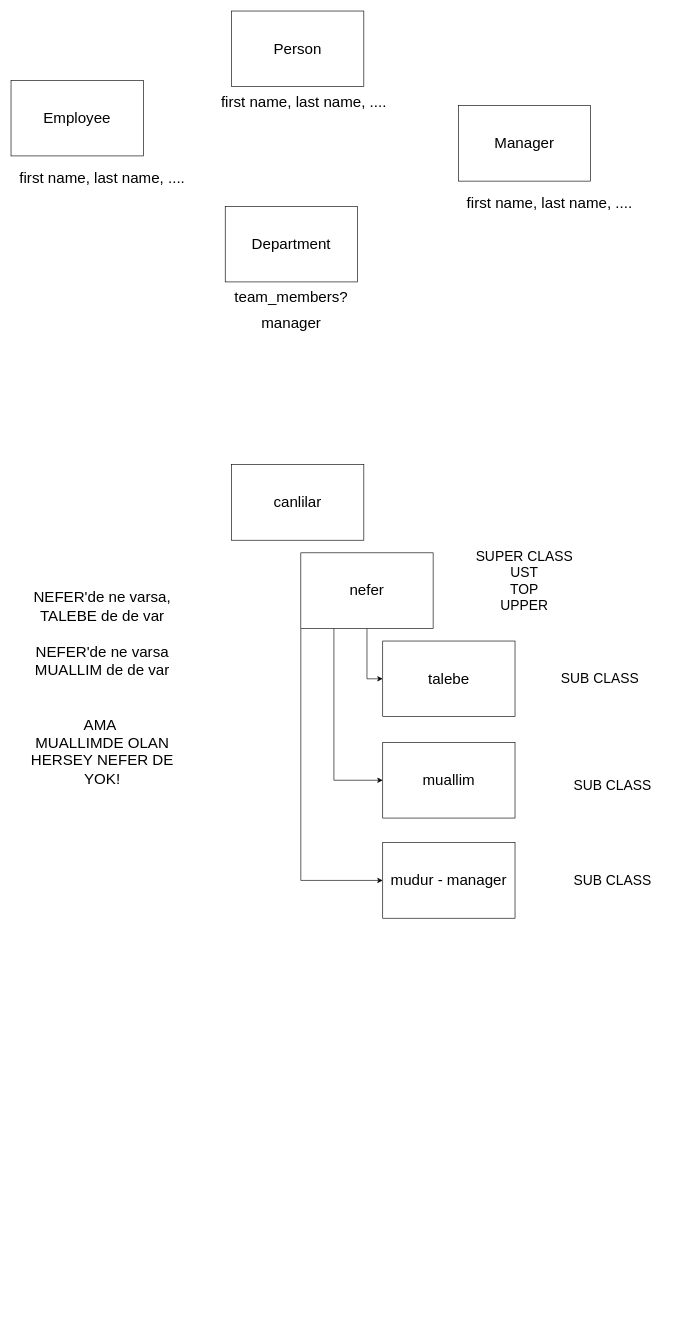
The draw.io diagram week3/week3.drawio in emreyazicicode/code2023, before the edit. Source tidied: cells renumbered, new cells numbered last; positions are measured from the earlier drawing's top-left corner, leaving out a move shared by most shapes. Both pictures are drawn from the tidied source at 63%, with x=0, y=0 at pixel (11, 11).
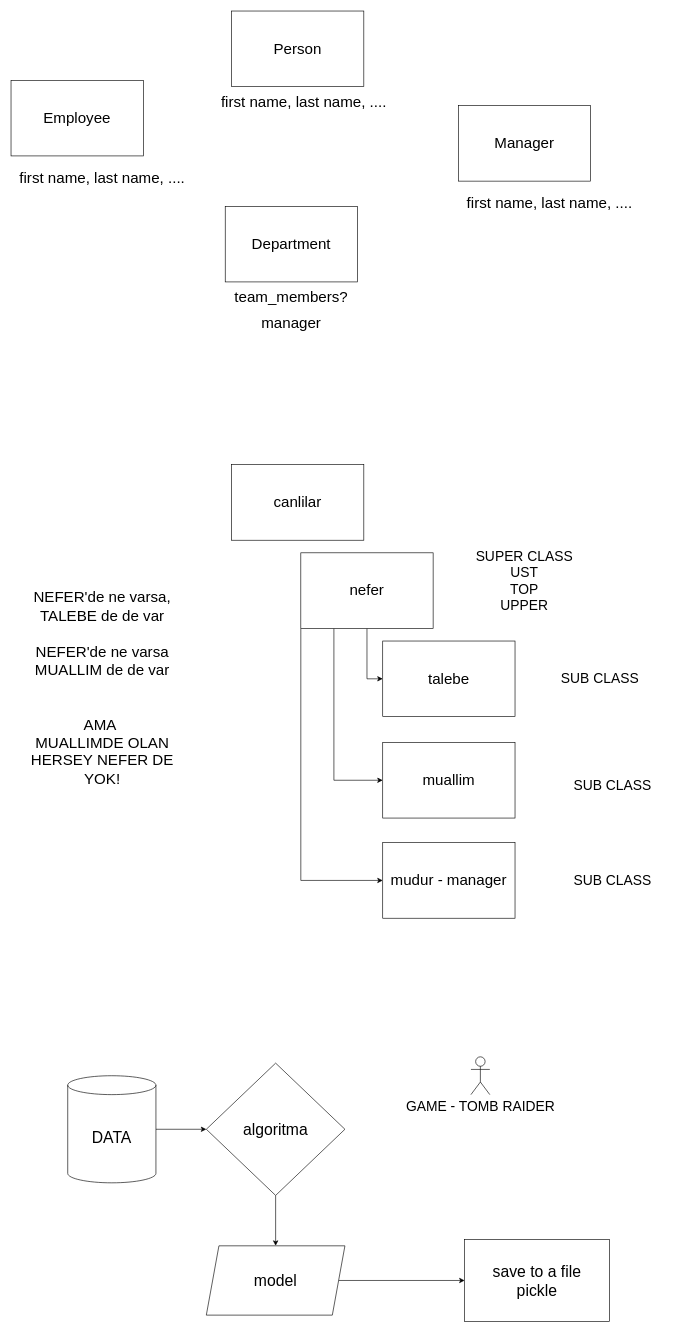
The same page after the edit.

Diff of the diagram source:
```diff
@@
+    <mxCell id="24" style="edgeStyle=orthogonalEdgeStyle;rounded=0;jettySize=auto;html=1;entryX=0;entryY=0.5;entryDx=0;entryDy=0;" parent="1" edge="1" source="25" target="27">
+      <mxGeometry relative="1" as="geometry" />
+    </mxCell>
+    <mxCell id="25" value="DATA" style="shape=cylinder3;whiteSpace=wrap;html=1;boundedLbl=1;backgroundOutline=1;size=15;fontSize=25;" parent="1" vertex="1">
+      <mxGeometry x="90" y="1690" width="140" height="170" as="geometry" />
+    </mxCell>
+    <mxCell id="26" style="edgeStyle=orthogonalEdgeStyle;rounded=0;jettySize=auto;html=1;entryX=0.5;entryY=0;entryDx=0;entryDy=0;" parent="1" edge="1" source="27" target="29">
+      <mxGeometry relative="1" as="geometry" />
+    </mxCell>
+    <mxCell id="27" value="algoritma" style="rhombus;whiteSpace=wrap;html=1;fontSize=25;" parent="1" vertex="1">
+      <mxGeometry x="310" y="1670" width="220" height="210" as="geometry" />
+    </mxCell>
+    <mxCell id="28" style="edgeStyle=orthogonalEdgeStyle;rounded=0;jettySize=auto;html=1;" parent="1" edge="1" source="29" target="30">
+      <mxGeometry relative="1" as="geometry" />
+    </mxCell>
+    <mxCell id="29" value="model" style="shape=parallelogram;perimeter=parallelogramPerimeter;whiteSpace=wrap;html=1;fixedSize=1;fontSize=25;" parent="1" vertex="1">
+      <mxGeometry x="310" y="1960" width="220" height="110" as="geometry" />
+    </mxCell>
+    <mxCell id="30" value="save to a file&lt;br&gt;pickle" style="rounded=0;whiteSpace=wrap;html=1;fontSize=25;" parent="1" vertex="1">
+      <mxGeometry x="720" y="1950" width="230" height="130" as="geometry" />
+    </mxCell>
+    <mxCell id="31" value="GAME - TOMB RAIDER" style="shape=umlActor;verticalLabelPosition=bottom;verticalAlign=top;html=1;fontSize=22;" parent="1" vertex="1">
+      <mxGeometry x="730" y="1660" width="30" height="60" as="geometry" />
+    </mxCell>
```
